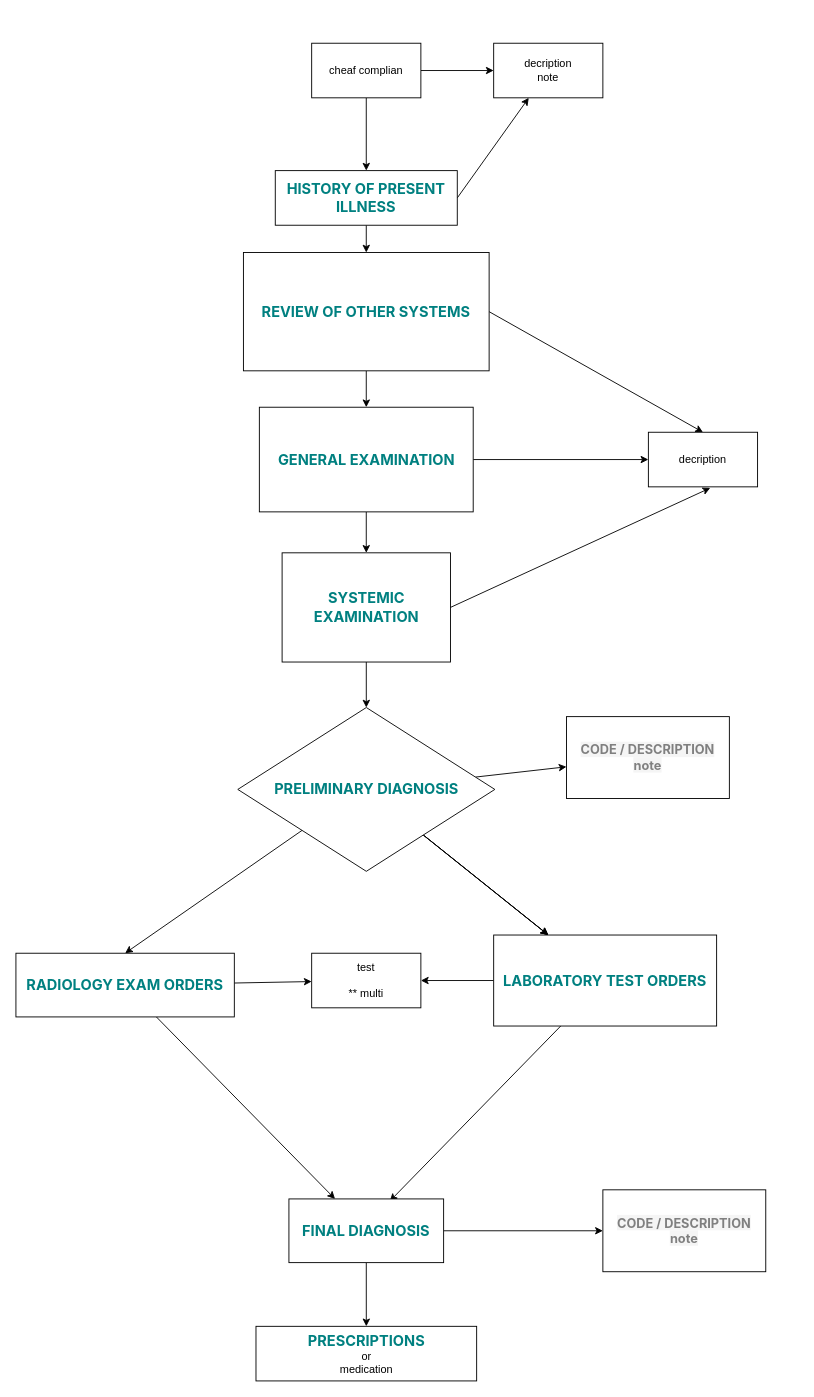
Above: documatation/dct.drawio in breldosg/Simple_Hospital_System (draw.io), before the change. Source tidied: cells renumbered, new cells numbered last; positions are measured from the earlier drawing's top-left corner, leaving out a move shared by most shapes. Both pictures are drawn from the tidied source at 91%, with x=0, y=0 at pixel (15, 43).
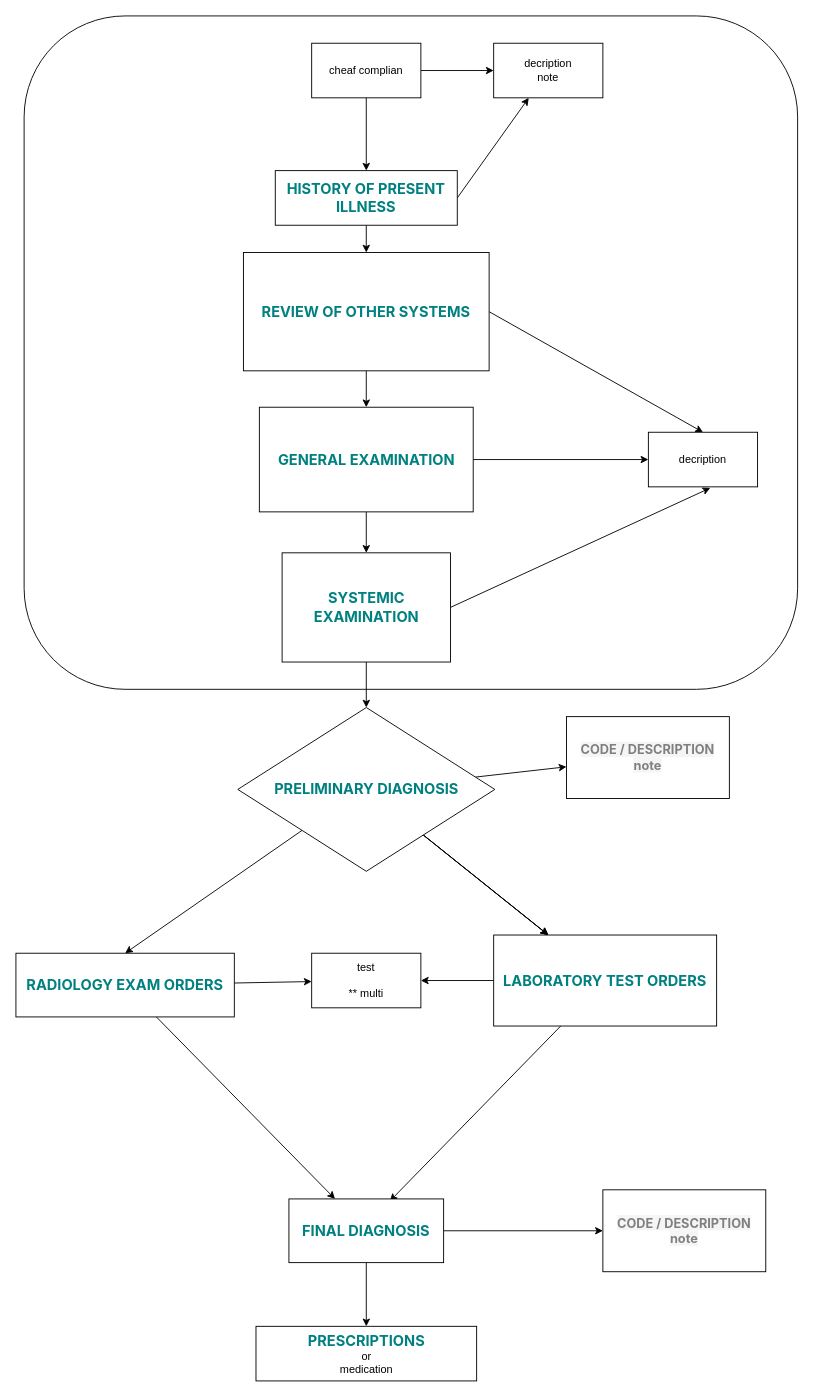
Above is the later version.

The edit, as a diff of the source:
```diff
@@
+    <mxCell id="38" style="rounded=1;whiteSpace=wrap;html=1;" parent="1" vertex="1">
+      <mxGeometry x="9" y="-30" width="850" height="740" as="geometry" />
+    </mxCell>
```
